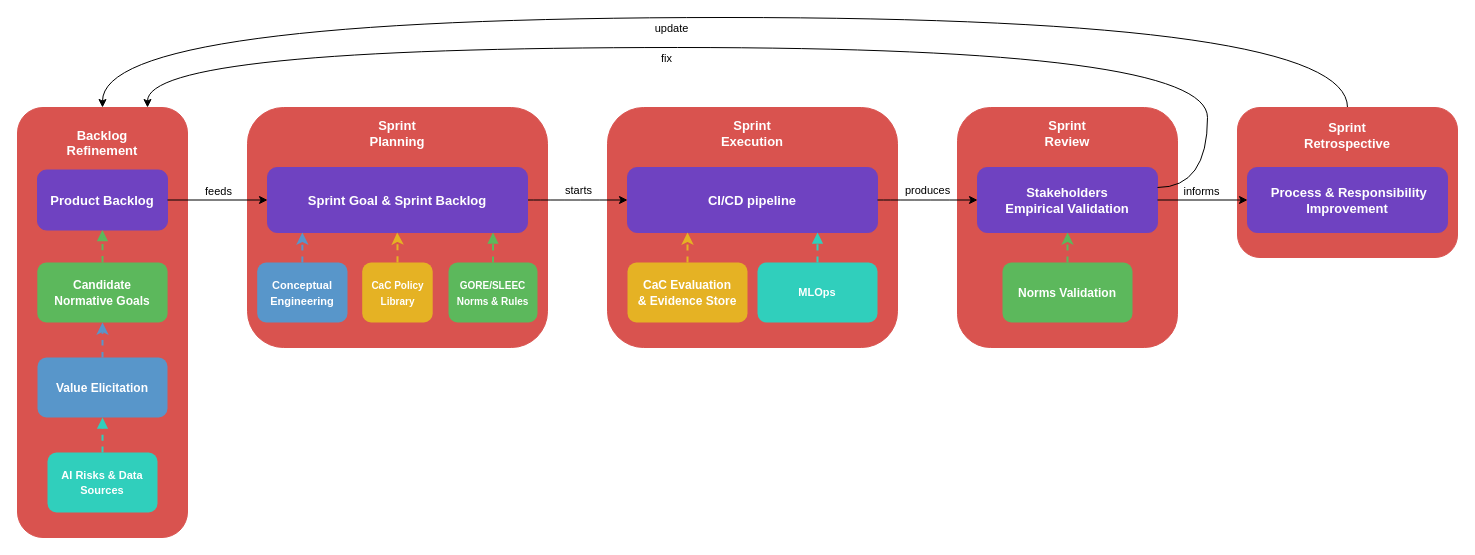
Before: page "5.1 Agile + VSD + GORE/SLEEC + CaC + MLOps" (8 of 9) of diagram/agile4.drawio in GianlucaPanzani/Ethics-and-Legality-Integration-into-the-Agile-Software-Development-Pipeline, a draw.io diagram. Source tidied: cells renumbered, new cells numbered last; positions are measured from the earlier drawing's top-left corner, leaving out a move shared by most shapes. Both pictures are drawn from the tidied source at 100%, with x=0, y=0 at pixel (17, 17).
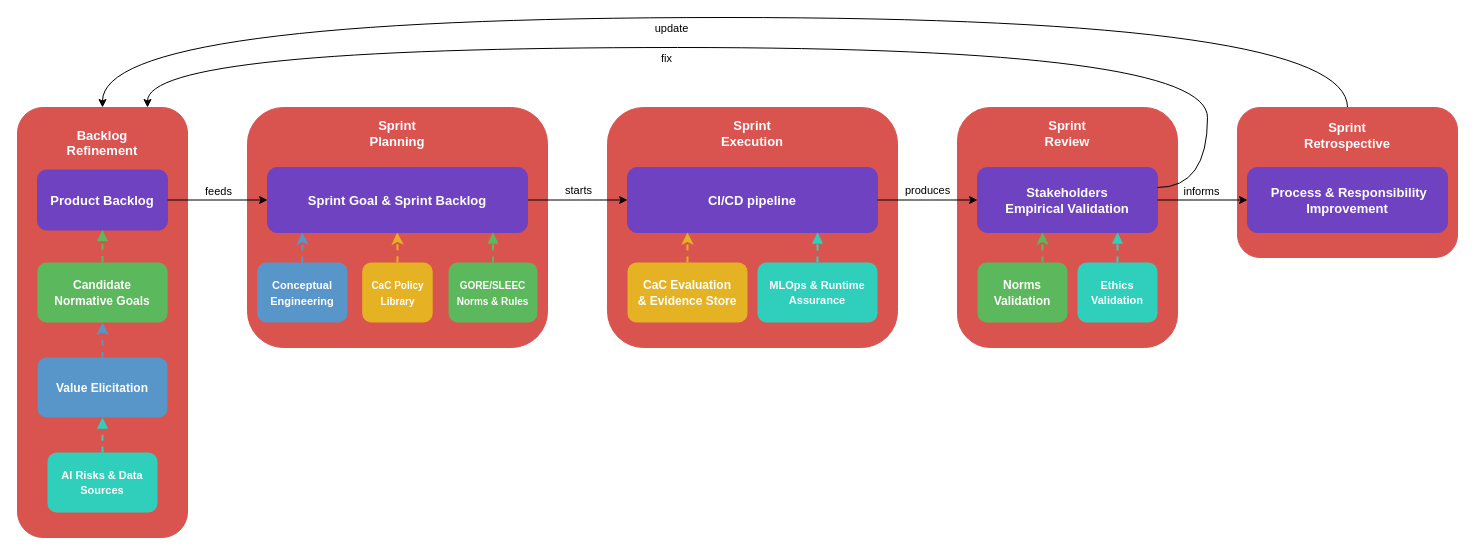
Above is the later version.

The edit, as a diff of the source:
```diff
@@
     <mxCell id="28" style="edgeStyle=orthogonalEdgeStyle;rounded=0;jettySize=auto;html=1;curved=1;dashed=1;strokeWidth=2;strokeColor=light-dark(#5CB85C,#5CB85C);fillColor=#60a917;" parent="1" edge="1" source="29">
       <mxGeometry relative="1" as="geometry">
-        <mxPoint x="1050" y="215" as="targetPoint" />
+        <mxPoint x="1025" y="215" as="targetPoint" />
         <Array as="points">
-          <mxPoint x="1050" y="230" />
-          <mxPoint x="1050" y="230" />
+          <mxPoint x="1025" y="230" />
+          <mxPoint x="1025" y="230" />
         </Array>
       </mxGeometry>
     </mxCell>
     <mxCell id="29" value="&lt;span style=&quot;font-size: 12px;&quot;&gt;Norms Validation&lt;/span&gt;" style="rounded=1;whiteSpace=wrap;html=1;fillColor=light-dark(#5CB85C,#5CB85C);strokeColor=none;fontColor=#ffffff;fontStyle=1;fontSize=13;spacing=8;gradientColor=none;" parent="1" vertex="1">
-      <mxGeometry x="985" y="245" width="130" height="60" as="geometry" />
+      <mxGeometry x="960" y="245" width="90" height="60" as="geometry" />
     </mxCell>
@@
-    <mxCell id="41" value="&lt;font style=&quot;font-size: 11px;&quot;&gt;MLOps&lt;/font&gt;" style="rounded=1;whiteSpace=wrap;html=1;fillColor=light-dark(#30CFBC,#30CFBC);strokeColor=none;fontColor=#ffffff;fontStyle=1;fontSize=12;spacing=6;" parent="1" vertex="1">
+    <mxCell id="41" value="&lt;font style=&quot;font-size: 11px;&quot;&gt;MLOps &amp;amp; Runtime Assurance&lt;/font&gt;" style="rounded=1;whiteSpace=wrap;html=1;fillColor=light-dark(#30CFBC,#30CFBC);strokeColor=none;fontColor=#ffffff;fontStyle=1;fontSize=12;spacing=6;" parent="1" vertex="1">
       <mxGeometry x="740" y="245" width="120" height="60" as="geometry" />
     </mxCell>
+    <mxCell id="42" style="endArrow=block;html=1;rounded=1;dashed=1;strokeColor=light-dark(#30CFBC,#30CFBC);strokeWidth=2;fontColor=#00856d;edgeStyle=orthogonalEdgeStyle;curved=1;" parent="1" edge="1" source="43">
+      <mxGeometry relative="1" as="geometry">
+        <mxPoint x="1100" y="215" as="targetPoint" />
+        <Array as="points">
+          <mxPoint x="1100" y="230" />
+          <mxPoint x="1100" y="230" />
+        </Array>
+      </mxGeometry>
+    </mxCell>
+    <mxCell id="43" value="&lt;font style=&quot;font-size: 11px;&quot;&gt;Ethics Validation&lt;/font&gt;" style="rounded=1;whiteSpace=wrap;html=1;fillColor=light-dark(#30CFBC,#30CFBC);strokeColor=none;fontColor=#ffffff;fontStyle=1;fontSize=12;spacing=6;" parent="1" vertex="1">
+      <mxGeometry x="1060" y="245" width="80" height="60" as="geometry" />
+    </mxCell>
```
